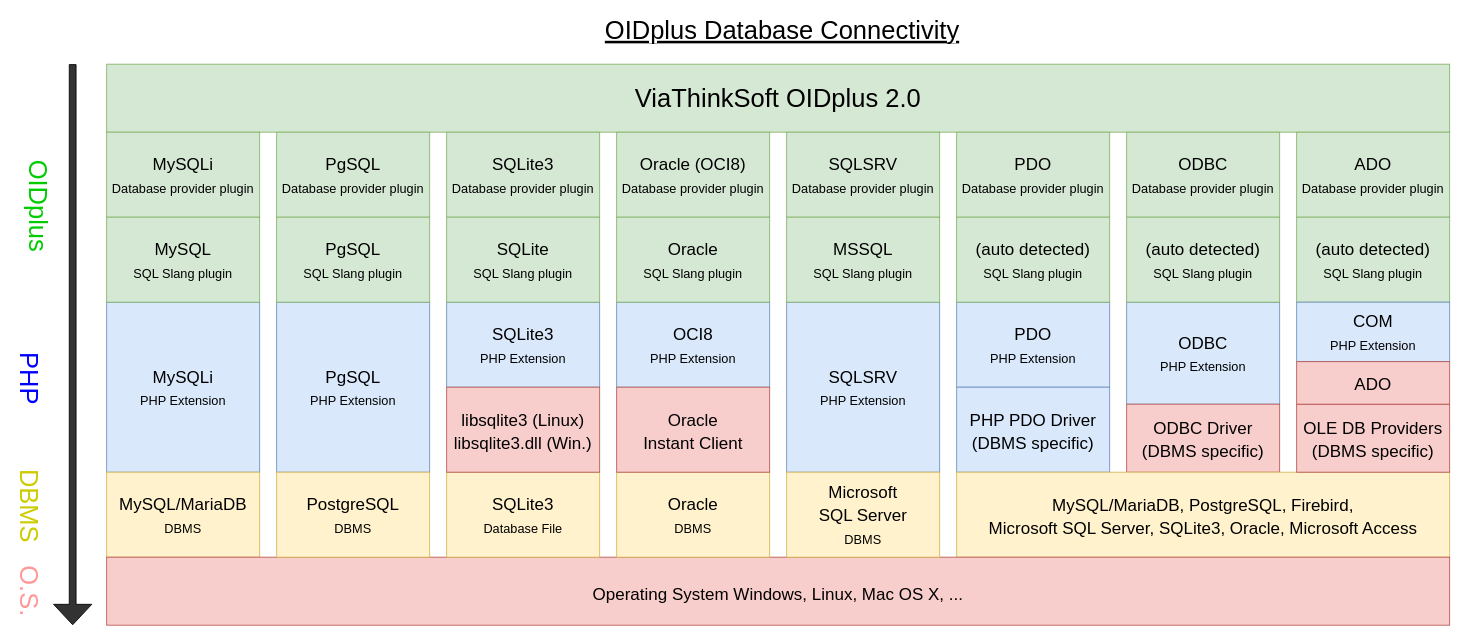
danielmarschall/oidplus keeps this draw.io diagram as doc/database_connectivity_diagram.drawio. Above is the earlier version. Source tidied: cells renumbered, new cells numbered last; positions are measured from the earlier drawing's top-left corner, leaving out a move shared by most shapes. Both pictures are drawn from the tidied source at 85%, with x=0, y=0 at pixel (-13, 21).
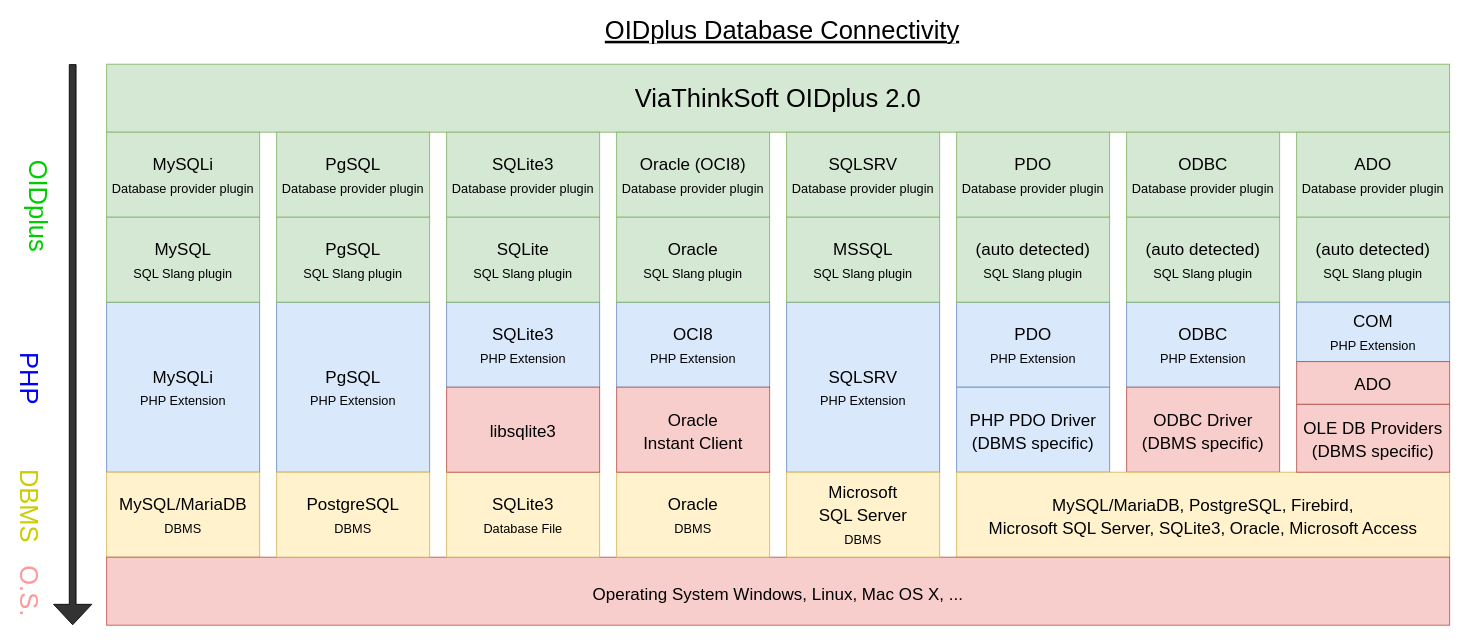
The same page after the edit.

Commit message (it also covers changes not shown here):
git-svn-id: https://svn.viathinksoft.com/svn/oidplus/trunk@1242 02e4d621-2042-4998-a0bc-9ccd24201011

The edit, as a diff of the source:
```diff
@@
     <mxCell id="8" value="&lt;p style=&quot;line-height: 80%;&quot;&gt;&lt;span style=&quot;font-size: 20px;&quot;&gt;ODBC&lt;/span&gt;&lt;br&gt;&lt;font style=&quot;font-size: 15px;&quot;&gt;PHP Extension&lt;/font&gt;&lt;/p&gt;" style="rounded=0;whiteSpace=wrap;html=1;fontSize=30;fillColor=#dae8fc;strokeColor=#6c8ebf;shadow=0;" parent="1" vertex="1">
-      <mxGeometry x="1340" y="330" width="180" height="120" as="geometry" />
+      <mxGeometry x="1340" y="330" width="180" height="100" as="geometry" />
     </mxCell>
@@
     <mxCell id="10" value="&lt;p style=&quot;line-height: 80%;&quot;&gt;&lt;span style=&quot;font-size: 20px&quot;&gt;ODBC Driver&lt;br&gt;&lt;/span&gt;&lt;span style=&quot;font-size: 20px&quot;&gt;(DBMS specific)&lt;/span&gt;&lt;span style=&quot;font-size: 20px&quot;&gt;&lt;br&gt;&lt;/span&gt;&lt;/p&gt;" style="rounded=0;whiteSpace=wrap;html=1;fontSize=30;fillColor=#f8cecc;strokeColor=#b85450;shadow=0;" parent="1" vertex="1">
-      <mxGeometry x="1340" y="450" width="180" height="80" as="geometry" />
+      <mxGeometry x="1340" y="430" width="180" height="100" as="geometry" />
     </mxCell>
@@
-    <mxCell id="26" value="&lt;p style=&quot;line-height: 80%;&quot;&gt;&lt;span style=&quot;font-size: 20px&quot;&gt;libsqlite3 (Linux)&lt;br&gt;libsqlite3.dll (Win.)&lt;br&gt;&lt;/span&gt;&lt;/p&gt;" style="rounded=0;whiteSpace=wrap;html=1;fontSize=30;fillColor=#f8cecc;strokeColor=#b85450;shadow=0;" parent="1" vertex="1">
+    <mxCell id="26" value="&lt;p style=&quot;line-height: 80%;&quot;&gt;&lt;span style=&quot;font-size: 20px&quot;&gt;libsqlite3&lt;br&gt;&lt;/span&gt;&lt;/p&gt;" style="rounded=0;whiteSpace=wrap;html=1;fontSize=30;fillColor=#f8cecc;strokeColor=#b85450;shadow=0;" parent="1" vertex="1">
       <mxGeometry x="540" y="430" width="180" height="100" as="geometry" />
     </mxCell>
```
